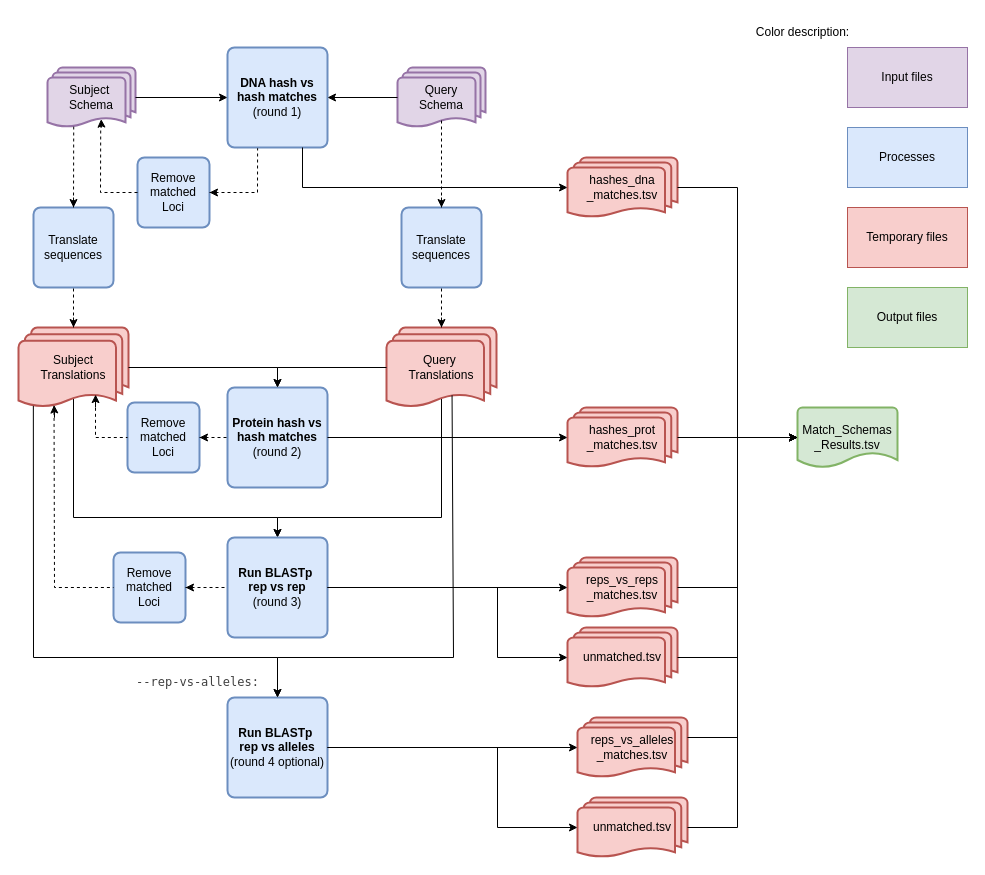
This is SchemaRefinery/docs/SchemaRefinery/Modules/source/MatchSchemas.drawio from B-UMMI/Schema_Refinery, a draw.io file, before an edit. Source tidied: cells renumbered, new cells numbered last; positions are measured from the earlier drawing's top-left corner, leaving out a move shared by most shapes. Both pictures are drawn from the tidied source at 100%, with x=0, y=0 at pixel (18, 17).
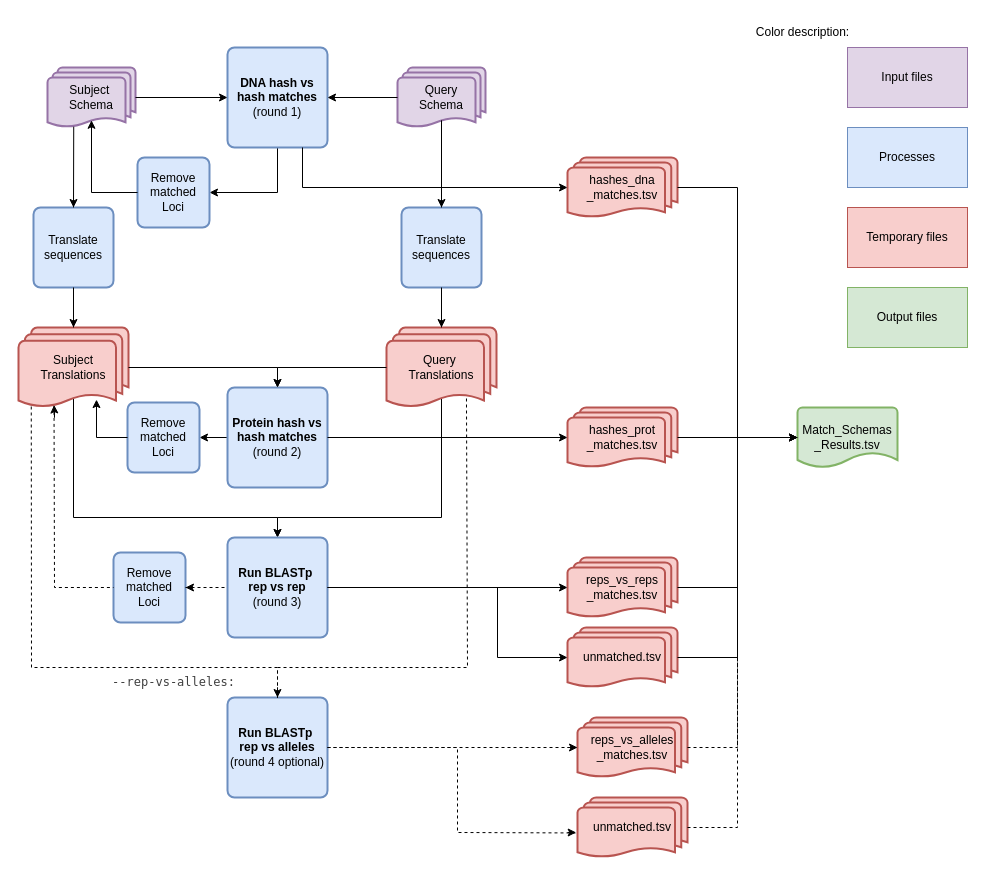
The same page after the edit.

The change refers to these unchanged cells:
```xml
<mxCell id="2" value="Translate sequences" style="rounded=1;whiteSpace=wrap;html=1;absoluteArcSize=1;arcSize=14;strokeWidth=2;fillColor=#dae8fc;strokeColor=#6c8ebf;" parent="1" vertex="1">
  <mxGeometry x="15" y="190" width="80" height="80" as="geometry" />
</mxCell>
<mxCell id="3" value="Query&lt;div&gt;Schema&lt;/div&gt;" style="strokeWidth=2;html=1;shape=mxgraph.flowchart.multi-document;whiteSpace=wrap;fillColor=#e1d5e7;strokeColor=#9673a6;" parent="1" vertex="1">
  <mxGeometry x="379" y="50" width="88" height="60" as="geometry" />
</mxCell>
<mxCell id="4" value="Subject&amp;nbsp;&lt;div&gt;Schema&lt;/div&gt;" style="strokeWidth=2;html=1;shape=mxgraph.flowchart.multi-document;whiteSpace=wrap;fillColor=#e1d5e7;strokeColor=#9673a6;" parent="1" vertex="1">
  <mxGeometry x="29" y="50" width="88" height="60" as="geometry" />
</mxCell>
<mxCell id="6" value="Subject Translations" style="strokeWidth=2;html=1;shape=mxgraph.flowchart.multi-document;whiteSpace=wrap;fillColor=#f8cecc;strokeColor=#b85450;" parent="1" vertex="1">
  <mxGeometry y="310" width="110" height="80" as="geometry" />
</mxCell>
<mxCell id="8" value="Query&amp;nbsp;&lt;div&gt;Translations&lt;/div&gt;" style="strokeWidth=2;html=1;shape=mxgraph.flowchart.multi-document;whiteSpace=wrap;fillColor=#f8cecc;strokeColor=#b85450;" parent="1" vertex="1">
  <mxGeometry x="368" y="310" width="110" height="80" as="geometry" />
</mxCell>
<mxCell id="10" value="&lt;span style=&quot;background-color: transparent; color: light-dark(rgb(0, 0, 0), rgb(255, 255, 255));&quot;&gt;Match_Schemas&lt;/span&gt;&lt;div&gt;&lt;span style=&quot;background-color: transparent; color: light-dark(rgb(0, 0, 0), rgb(255, 255, 255));&quot;&gt;_Results.tsv&lt;/span&gt;&lt;/div&gt;" style="strokeWidth=2;html=1;shape=mxgraph.flowchart.document2;whiteSpace=wrap;size=0.25;fillColor=#d5e8d4;strokeColor=#82b366;" parent="1" vertex="1">
  <mxGeometry x="779" y="390" width="100" height="60" as="geometry" />
</mxCell>
<mxCell id="11" value="Translate sequences" style="rounded=1;whiteSpace=wrap;html=1;absoluteArcSize=1;arcSize=14;strokeWidth=2;fillColor=#dae8fc;strokeColor=#6c8ebf;" parent="1" vertex="1">
  <mxGeometry x="383" y="190" width="80" height="80" as="geometry" />
</mxCell>
<mxCell id="18" value="&lt;b&gt;Protein hash vs hash matches&lt;/b&gt;&lt;div&gt;(round 2)&lt;/div&gt;" style="rounded=1;whiteSpace=wrap;html=1;absoluteArcSize=1;arcSize=14;strokeWidth=2;fillColor=#dae8fc;strokeColor=#6c8ebf;" parent="1" vertex="1">
  <mxGeometry x="209" y="370" width="100" height="100" as="geometry" />
</mxCell>
<mxCell id="19" value="Run BLASTp&amp;nbsp;&lt;div&gt;rep vs alleles&lt;div&gt;&lt;span style=&quot;font-weight: 400;&quot;&gt;(round 4 optional)&lt;/span&gt;&lt;/div&gt;&lt;/div&gt;" style="rounded=1;whiteSpace=wrap;html=1;absoluteArcSize=1;arcSize=14;strokeWidth=2;fillColor=#dae8fc;strokeColor=#6c8ebf;fontStyle=1;" parent="1" vertex="1">
  <mxGeometry x="209" y="680" width="100" height="100" as="geometry" />
</mxCell>
<mxCell id="20" value="&lt;b&gt;DNA hash vs hash matches&lt;/b&gt;&lt;div&gt;(round 1)&lt;/div&gt;" style="rounded=1;whiteSpace=wrap;html=1;absoluteArcSize=1;arcSize=14;strokeWidth=2;fillColor=#dae8fc;strokeColor=#6c8ebf;" parent="1" vertex="1">
  <mxGeometry x="209" y="30" width="100" height="100" as="geometry" />
</mxCell>
<mxCell id="23" value="Remove matched Loci" style="rounded=1;whiteSpace=wrap;html=1;absoluteArcSize=1;arcSize=14;strokeWidth=2;fillColor=#dae8fc;strokeColor=#6c8ebf;" parent="1" vertex="1">
  <mxGeometry x="119" y="140" width="72" height="70" as="geometry" />
</mxCell>
<mxCell id="32" value="Remove matched Loci" style="rounded=1;whiteSpace=wrap;html=1;absoluteArcSize=1;arcSize=14;strokeWidth=2;fillColor=#dae8fc;strokeColor=#6c8ebf;" parent="1" vertex="1">
  <mxGeometry x="109" y="385" width="72" height="70" as="geometry" />
</mxCell>
<mxCell id="41" value="&lt;div&gt;reps_vs_alleles&lt;/div&gt;&lt;div&gt;_matches.tsv&lt;/div&gt;" style="strokeWidth=2;html=1;shape=mxgraph.flowchart.multi-document;whiteSpace=wrap;fillColor=#f8cecc;strokeColor=#b85450;" parent="1" vertex="1">
  <mxGeometry x="559" y="700" width="110" height="60" as="geometry" />
</mxCell>
<mxCell id="46" value="&lt;div&gt;unmatched.tsv&lt;/div&gt;" style="strokeWidth=2;html=1;shape=mxgraph.flowchart.multi-document;whiteSpace=wrap;fillColor=#f8cecc;strokeColor=#b85450;" parent="1" vertex="1">
  <mxGeometry x="559" y="780" width="110" height="60" as="geometry" />
</mxCell>
```

Diff of the diagram source:
```diff
@@
+    <mxCell id="68" style="edgeStyle=orthogonalEdgeStyle;rounded=0;jettySize=auto;html=1;exitX=0;exitY=0.5;exitDx=0;exitDy=0;entryX=1;entryY=0.5;entryDx=0;entryDy=0;" parent="1" edge="1" source="18" target="32">
+      <mxGeometry relative="1" as="geometry" />
+    </mxCell>
@@
+    <mxCell id="69" style="edgeStyle=orthogonalEdgeStyle;rounded=0;jettySize=auto;html=1;exitX=0.5;exitY=1;exitDx=0;exitDy=0;entryX=1;entryY=0.5;entryDx=0;entryDy=0;" parent="1" edge="1" source="20" target="23">
+      <mxGeometry relative="1" as="geometry" />
+    </mxCell>
@@
-    <mxCell id="24" style="edgeStyle=orthogonalEdgeStyle;rounded=0;jettySize=auto;html=1;entryX=1;entryY=0.5;entryDx=0;entryDy=0;" parent="1" edge="1" target="23">
-      <mxGeometry relative="1" as="geometry">
-        <mxPoint x="199" y="175" as="sourcePoint" />
-      </mxGeometry>
-    </mxCell>
-    <mxCell id="25" style="edgeStyle=orthogonalEdgeStyle;rounded=0;jettySize=auto;html=1;entryX=0.61;entryY=0.861;entryDx=0;entryDy=0;entryPerimeter=0;" parent="1" edge="1" target="4">
-      <mxGeometry relative="1" as="geometry">
-        <mxPoint x="83" y="110" as="sourcePoint" />
-      </mxGeometry>
-    </mxCell>
@@
-    <mxCell id="33" style="edgeStyle=orthogonalEdgeStyle;rounded=0;jettySize=auto;html=1;entryX=1;entryY=0.5;entryDx=0;entryDy=0;" parent="1" edge="1" target="32">
-      <mxGeometry relative="1" as="geometry">
-        <mxPoint x="189" y="420" as="sourcePoint" />
-      </mxGeometry>
-    </mxCell>
-    <mxCell id="34" style="edgeStyle=orthogonalEdgeStyle;rounded=0;jettySize=auto;html=1;entryX=0.701;entryY=0.839;entryDx=0;entryDy=0;entryPerimeter=0;" parent="1" edge="1" target="6">
-      <mxGeometry relative="1" as="geometry">
-        <mxPoint x="77" y="390" as="sourcePoint" />
-      </mxGeometry>
-    </mxCell>
@@
-    <mxCell id="45" style="edgeStyle=orthogonalEdgeStyle;rounded=0;jettySize=auto;html=1;entryX=0;entryY=0.5;entryDx=0;entryDy=0;entryPerimeter=0;" parent="1" edge="1" source="41" target="10">
-      <mxGeometry relative="1" as="geometry">
-        <Array as="points">
-          <mxPoint x="719" y="720" />
-          <mxPoint x="719" y="420" />
-        </Array>
-      </mxGeometry>
-    </mxCell>
@@
-    <mxCell id="47" style="edgeStyle=orthogonalEdgeStyle;rounded=0;jettySize=auto;html=1;entryX=0;entryY=0.5;entryDx=0;entryDy=0;exitX=1;exitY=0.5;exitDx=0;exitDy=0;exitPerimeter=0;entryPerimeter=0;" parent="1" edge="1" source="46" target="10">
-      <mxGeometry relative="1" as="geometry">
-        <Array as="points">
-          <mxPoint x="719" y="810" />
-          <mxPoint x="719" y="420" />
-        </Array>
-      </mxGeometry>
-    </mxCell>
-    <mxCell id="48" style="endArrow=none;dashed=1;html=1;rounded=0;entryX=0.298;entryY=0.987;entryDx=0;entryDy=0;entryPerimeter=0;exitX=0.5;exitY=0;exitDx=0;exitDy=0;" parent="1" edge="1" source="2" target="4">
+    <mxCell id="48" style="endArrow=none;html=1;rounded=0;entryX=0.298;entryY=0.987;entryDx=0;entryDy=0;entryPerimeter=0;exitX=0.5;exitY=0;exitDx=0;exitDy=0;" parent="1" edge="1" source="2" target="4">
       <mxGeometry relative="1" as="geometry" />
     </mxCell>
-    <mxCell id="49" style="endArrow=none;dashed=1;html=1;rounded=0;entryX=0.5;entryY=0.88;entryDx=0;entryDy=0;entryPerimeter=0;exitX=0.5;exitY=0;exitDx=0;exitDy=0;" parent="1" edge="1" source="11" target="3">
+    <mxCell id="49" style="endArrow=none;html=1;rounded=0;entryX=0.5;entryY=0.88;entryDx=0;entryDy=0;entryPerimeter=0;exitX=0.5;exitY=0;exitDx=0;exitDy=0;strokeColor=default;" parent="1" edge="1" source="11" target="3">
       <mxGeometry relative="1" as="geometry" />
     </mxCell>
-    <mxCell id="50" style="endArrow=none;dashed=1;html=1;rounded=0;entryX=0.301;entryY=1.007;entryDx=0;entryDy=0;entryPerimeter=0;exitX=1;exitY=0.5;exitDx=0;exitDy=0;" parent="1" edge="1" source="23" target="20">
-      <mxGeometry relative="1" as="geometry">
-        <Array as="points">
-          <mxPoint x="239" y="175" />
-        </Array>
-      </mxGeometry>
-    </mxCell>
-    <mxCell id="51" style="endArrow=none;dashed=1;html=1;rounded=0;entryX=0.605;entryY=0.892;entryDx=0;entryDy=0;entryPerimeter=0;exitX=0;exitY=0.5;exitDx=0;exitDy=0;" parent="1" edge="1" source="23" target="4">
-      <mxGeometry relative="1" as="geometry">
-        <Array as="points">
-          <mxPoint x="82" y="175" />
-        </Array>
-      </mxGeometry>
-    </mxCell>
-    <mxCell id="52" style="endArrow=none;dashed=1;html=1;rounded=0;entryX=0.5;entryY=1;entryDx=0;entryDy=0;exitX=0.5;exitY=0;exitDx=0;exitDy=0;exitPerimeter=0;" parent="1" edge="1" source="6" target="2">
+    <mxCell id="52" style="endArrow=none;html=1;rounded=0;entryX=0.5;entryY=1;entryDx=0;entryDy=0;exitX=0.5;exitY=0;exitDx=0;exitDy=0;exitPerimeter=0;" parent="1" edge="1" source="6" target="2">
       <mxGeometry relative="1" as="geometry" />
     </mxCell>
@@
-    <mxCell id="54" style="endArrow=none;dashed=1;html=1;rounded=0;entryX=0.5;entryY=1;entryDx=0;entryDy=0;exitX=0.5;exitY=0;exitDx=0;exitDy=0;exitPerimeter=0;" parent="1" edge="1" source="8" target="11">
+    <mxCell id="54" style="endArrow=none;html=1;rounded=0;entryX=0.5;entryY=1;entryDx=0;entryDy=0;exitX=0.5;exitY=0;exitDx=0;exitDy=0;exitPerimeter=0;" parent="1" edge="1" source="8" target="11">
       <mxGeometry relative="1" as="geometry" />
     </mxCell>
-    <mxCell id="55" style="endArrow=none;dashed=1;html=1;rounded=0;entryX=0;entryY=0.5;entryDx=0;entryDy=0;exitX=1;exitY=0.5;exitDx=0;exitDy=0;" parent="1" edge="1" source="32" target="18">
-      <mxGeometry relative="1" as="geometry" />
-    </mxCell>
-    <mxCell id="56" style="endArrow=none;dashed=1;html=1;rounded=0;entryX=0;entryY=0.5;entryDx=0;entryDy=0;exitX=0.7;exitY=0.854;exitDx=0;exitDy=0;exitPerimeter=0;" parent="1" edge="1" source="6" target="32">
-      <mxGeometry relative="1" as="geometry">
-        <Array as="points">
-          <mxPoint x="77" y="420" />
-        </Array>
-      </mxGeometry>
-    </mxCell>
@@
-    <mxCell id="60" style="endArrow=classic;html=1;rounded=0;exitX=0.135;exitY=0.979;exitDx=0;exitDy=0;exitPerimeter=0;entryX=0.5;entryY=0;entryDx=0;entryDy=0;" parent="1" edge="1" source="6" target="19">
+    <mxCell id="60" style="endArrow=classic;html=1;rounded=0;entryX=0.5;entryY=0;entryDx=0;entryDy=0;" parent="1" edge="1" target="19">
       <mxGeometry relative="1" as="geometry">
+        <mxPoint x="259" y="680" as="sourcePoint" />
         <Array as="points">
-          <mxPoint x="15" y="640" />
-          <mxPoint x="259" y="640" />
+          <mxPoint x="259" y="670" />
         </Array>
       </mxGeometry>
     </mxCell>
-    <mxCell id="61" style="endArrow=classic;html=1;rounded=0;exitX=0.596;exitY=0.847;exitDx=0;exitDy=0;exitPerimeter=0;entryX=0.5;entryY=0;entryDx=0;entryDy=0;" parent="1" edge="1" source="8" target="19">
+    <mxCell id="61" style="endArrow=classic;html=1;rounded=0;entryX=0.5;entryY=0;entryDx=0;entryDy=0;" parent="1" edge="1" target="19">
       <mxGeometry relative="1" as="geometry">
-        <Array as="points">
-          <mxPoint x="435" y="640" />
-          <mxPoint x="259" y="640" />
-        </Array>
+        <mxPoint x="259" y="680" as="sourcePoint" />
       </mxGeometry>
     </mxCell>
-    <mxCell id="62" style="edgeStyle=orthogonalEdgeStyle;rounded=0;jettySize=auto;html=1;entryX=0;entryY=0.5;entryDx=0;entryDy=0;entryPerimeter=0;" parent="1" edge="1" source="19" target="41">
-      <mxGeometry relative="1" as="geometry" />
+    <mxCell id="62" style="edgeStyle=orthogonalEdgeStyle;rounded=0;jettySize=auto;html=1;entryX=0;entryY=0.5;entryDx=0;entryDy=0;entryPerimeter=0;" parent="1" edge="1" target="41">
+      <mxGeometry relative="1" as="geometry">
+        <mxPoint x="549" y="730" as="sourcePoint" />
+      </mxGeometry>
     </mxCell>
-    <mxCell id="63" style="edgeStyle=orthogonalEdgeStyle;rounded=0;jettySize=auto;html=1;entryX=0;entryY=0.5;entryDx=0;entryDy=0;entryPerimeter=0;" parent="1" edge="1" source="19" target="46">
-      <mxGeometry relative="1" as="geometry">
-        <Array as="points">
-          <mxPoint x="479" y="730" />
-          <mxPoint x="479" y="810" />
-        </Array>
-      </mxGeometry>
-    </mxCell>
@@
     <mxCell id="67" value="&lt;pre style=&quot;box-sizing: border-box; line-height: 1.4; font-family: SFMono-Regular, Menlo, Monaco, Consolas, &amp;quot;Liberation Mono&amp;quot;, &amp;quot;Courier New&amp;quot;, Courier, monospace; margin: 0px; padding: 12px; overflow: auto; color: rgb(64, 64, 64); text-align: start;&quot; id=&quot;codecell2&quot;&gt;--rep-vs-alleles:&lt;/pre&gt;" style="text;html=1;align=center;verticalAlign=middle;strokeColor=none;fillColor=none;" parent="1" vertex="1">
-      <mxGeometry x="99" y="640" width="160" height="50" as="geometry" />
+      <mxGeometry x="75" y="640" width="160" height="50" as="geometry" />
     </mxCell>
+    <mxCell id="70" style="endArrow=none;dashed=1;html=1;rounded=0;entryX=0.727;entryY=0.881;entryDx=0;entryDy=0;entryPerimeter=0;" parent="1" edge="1" target="8">
+      <mxGeometry relative="1" as="geometry">
+        <mxPoint x="259" y="680" as="sourcePoint" />
+        <Array as="points">
+          <mxPoint x="259" y="650" />
+          <mxPoint x="449" y="650" />
+        </Array>
+      </mxGeometry>
+    </mxCell>
+    <mxCell id="71" style="endArrow=none;dashed=1;html=1;rounded=0;exitX=0.5;exitY=0;exitDx=0;exitDy=0;entryX=0.116;entryY=0.964;entryDx=0;entryDy=0;entryPerimeter=0;" parent="1" edge="1" source="19" target="6">
+      <mxGeometry relative="1" as="geometry">
+        <Array as="points">
+          <mxPoint x="259" y="650" />
+          <mxPoint x="13" y="650" />
+        </Array>
+      </mxGeometry>
+    </mxCell>
+    <mxCell id="72" style="endArrow=classic;html=1;rounded=0;entryX=-0.012;entryY=0.583;entryDx=0;entryDy=0;entryPerimeter=0;" parent="1" edge="1" target="46">
+      <mxGeometry relative="1" as="geometry">
+        <mxPoint x="549" y="815" as="sourcePoint" />
+      </mxGeometry>
+    </mxCell>
+    <mxCell id="73" style="endArrow=none;dashed=1;html=1;rounded=0;exitX=1;exitY=0.5;exitDx=0;exitDy=0;entryX=0;entryY=0.5;entryDx=0;entryDy=0;entryPerimeter=0;" parent="1" edge="1" source="19" target="41">
+      <mxGeometry relative="1" as="geometry" />
+    </mxCell>
+    <mxCell id="63" style="endArrow=none;dashed=1;html=1;rounded=0;exitX=1;exitY=0.5;exitDx=0;exitDy=0;entryX=-0.017;entryY=0.591;entryDx=0;entryDy=0;entryPerimeter=0;" parent="1" edge="1" source="19" target="46">
+      <mxGeometry relative="1" as="geometry">
+        <Array as="points">
+          <mxPoint x="439" y="730" />
+          <mxPoint x="439" y="815" />
+        </Array>
+      </mxGeometry>
+    </mxCell>
+    <mxCell id="51" style="edgeStyle=orthogonalEdgeStyle;rounded=0;jettySize=auto;html=1;exitX=0;exitY=0.5;exitDx=0;exitDy=0;entryX=0.5;entryY=0.88;entryDx=0;entryDy=0;entryPerimeter=0;" parent="1" edge="1" source="23" target="4">
+      <mxGeometry relative="1" as="geometry" />
+    </mxCell>
+    <mxCell id="74" style="edgeStyle=orthogonalEdgeStyle;rounded=0;jettySize=auto;html=1;exitX=0;exitY=0.5;exitDx=0;exitDy=0;entryX=0.709;entryY=0.901;entryDx=0;entryDy=0;entryPerimeter=0;" parent="1" edge="1" source="32" target="6">
+      <mxGeometry relative="1" as="geometry" />
+    </mxCell>
+    <mxCell id="45" style="endArrow=none;dashed=1;html=1;rounded=0;exitX=1;exitY=0.5;exitDx=0;exitDy=0;exitPerimeter=0;entryX=0;entryY=0.5;entryDx=0;entryDy=0;entryPerimeter=0;" parent="1" edge="1" source="41" target="10">
+      <mxGeometry relative="1" as="geometry">
+        <Array as="points">
+          <mxPoint x="719" y="730" />
+          <mxPoint x="719" y="420" />
+        </Array>
+      </mxGeometry>
+    </mxCell>
+    <mxCell id="75" style="endArrow=none;dashed=1;html=1;rounded=0;exitX=1;exitY=0.5;exitDx=0;exitDy=0;exitPerimeter=0;" parent="1" edge="1" source="46">
+      <mxGeometry relative="1" as="geometry">
+        <mxPoint x="779" y="420" as="targetPoint" />
+        <Array as="points">
+          <mxPoint x="719" y="810" />
+          <mxPoint x="719" y="420" />
+        </Array>
+      </mxGeometry>
+    </mxCell>
```
